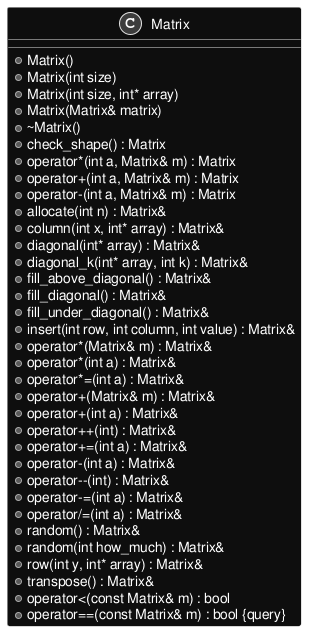
Earlier version of the PlantUML export inline_umlgraph_1.png (MaciejWojs/Matrix).
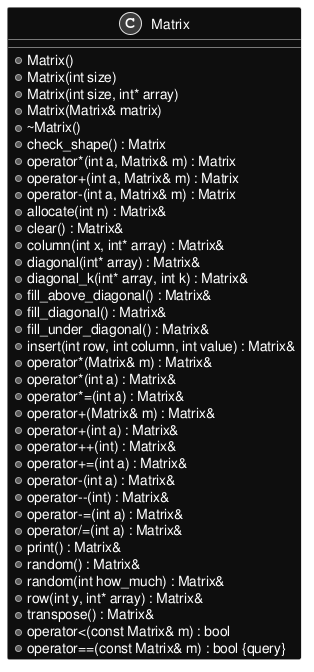
After the commit.

What changed in the source:
```diff
@@ -13,6 +13,7 @@
 +operator+(int a, Matrix& m) : Matrix
 +operator-(int a, Matrix& m) : Matrix
 +allocate(int n) : Matrix&
++clear() : Matrix&
 +column(int x, int* array) : Matrix&
 +diagonal(int* array) : Matrix&
 +diagonal_k(int* array, int k) : Matrix&
@@ -31,6 +32,7 @@
 +operator--(int) : Matrix&
 +operator-=(int a) : Matrix&
 +operator/=(int a) : Matrix&
++print() : Matrix&
 +random() : Matrix&
 +random(int how_much) : Matrix&
 +row(int y, int* array) : Matrix&
```
